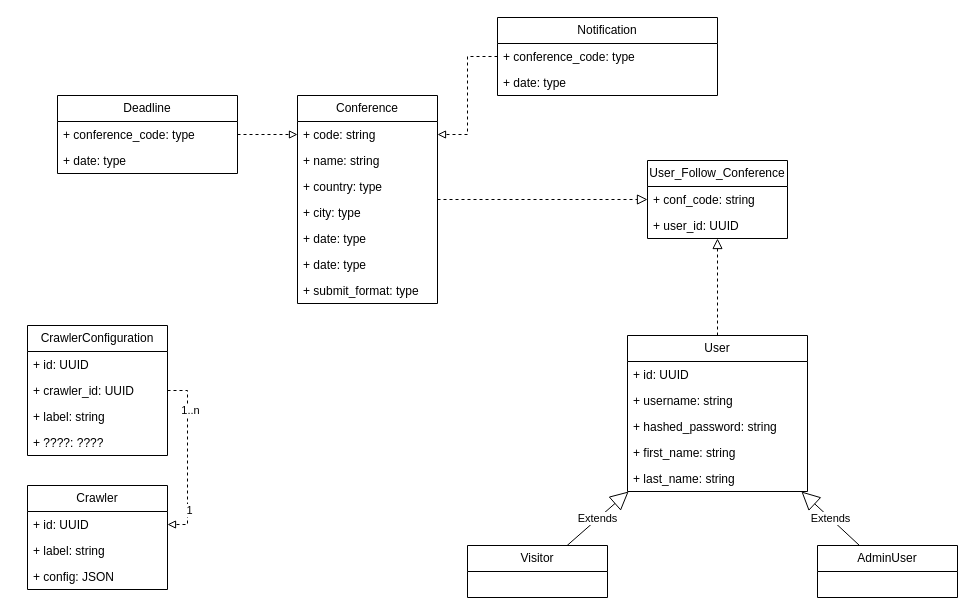
This is page "Class" (2 of 3) of Diagram/Use Case.drawio from Technologie-Logicielle/spiderbot, a draw.io file, before an edit. Source tidied: cells renumbered, new cells numbered last; positions are measured from the earlier drawing's top-left corner, leaving out a move shared by most shapes. Both pictures are drawn from the tidied source at 100%, with x=0, y=0 at pixel (27, 17).
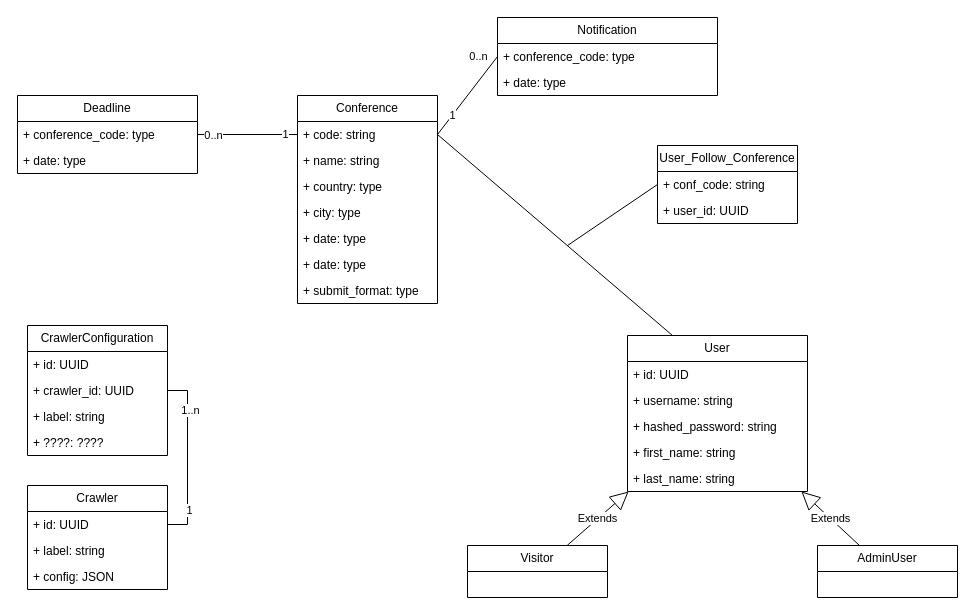
Above is the later version.

Unchanged cells that the change refers to:
```xml
<mxCell id="2" value="Conference" style="swimlane;fontStyle=0;horizontal=1;startSize=26;fillColor=none;whiteSpace=wrap;html=1;" parent="1" vertex="1">
  <mxGeometry x="270" y="78" width="140" height="208" as="geometry" />
</mxCell>
<mxCell id="3" value="+ code: string" style="text;strokeColor=none;fillColor=none;align=left;verticalAlign=top;spacingLeft=4;spacingRight=4;overflow=hidden;points=[[0,0.5],[1,0.5]];portConstraint=eastwest;whiteSpace=wrap;html=1;" parent="2" vertex="1">
  <mxGeometry y="26" width="140" height="26" as="geometry" />
</mxCell>
<mxCell id="11" value="+ id: UUID" style="text;strokeColor=none;fillColor=none;align=left;verticalAlign=top;spacingLeft=4;spacingRight=4;overflow=hidden;points=[[0,0.5],[1,0.5]];portConstraint=eastwest;whiteSpace=wrap;html=1;" parent="10" vertex="1">
  <mxGeometry y="26" width="140" height="26" as="geometry" />
</mxCell>
<mxCell id="16" value="+ crawler_id: UUID" style="text;strokeColor=none;fillColor=none;align=left;verticalAlign=top;spacingLeft=4;spacingRight=4;overflow=hidden;points=[[0,0.5],[1,0.5]];portConstraint=eastwest;whiteSpace=wrap;html=1;" parent="14" vertex="1">
  <mxGeometry y="52" width="140" height="26" as="geometry" />
</mxCell>
<mxCell id="19" value="User" style="swimlane;fontStyle=0;horizontal=1;startSize=26;fillColor=none;whiteSpace=wrap;html=1;" parent="1" vertex="1">
  <mxGeometry x="600" y="318" width="180" height="156" as="geometry" />
</mxCell>
<mxCell id="26" value="+ conf_code: string" style="text;strokeColor=none;fillColor=none;align=left;verticalAlign=top;spacingLeft=4;spacingRight=4;overflow=hidden;points=[[0,0.5],[1,0.5]];portConstraint=eastwest;whiteSpace=wrap;html=1;" parent="25" vertex="1">
  <mxGeometry y="26" width="140" height="26" as="geometry" />
</mxCell>
<mxCell id="35" value="+ conference_code: type" style="text;strokeColor=none;fillColor=none;align=left;verticalAlign=top;spacingLeft=4;spacingRight=4;overflow=hidden;points=[[0,0.5],[1,0.5]];portConstraint=eastwest;whiteSpace=wrap;html=1;" parent="34" vertex="1">
  <mxGeometry y="26" width="180" height="26" as="geometry" />
</mxCell>
<mxCell id="39" value="+ conference_code: type" style="text;strokeColor=none;fillColor=none;align=left;verticalAlign=top;spacingLeft=4;spacingRight=4;overflow=hidden;points=[[0,0.5],[1,0.5]];portConstraint=eastwest;whiteSpace=wrap;html=1;" parent="38" vertex="1">
  <mxGeometry y="26" width="220" height="26" as="geometry" />
</mxCell>
```

The edit, as a diff of the source:
```diff
@@
+    <mxCell id="45" style="rounded=0;jettySize=auto;html=1;exitX=0.25;exitY=0;exitDx=0;exitDy=0;entryX=1;entryY=0.5;entryDx=0;entryDy=0;endArrow=none;endFill=0;" parent="1" edge="1" source="19" target="3">
+      <mxGeometry relative="1" as="geometry" />
+    </mxCell>
@@
     <mxCell id="25" value="User_Follow_Conference" style="swimlane;fontStyle=0;horizontal=1;startSize=26;fillColor=none;whiteSpace=wrap;html=1;" parent="1" vertex="1">
-      <mxGeometry x="620" y="143" width="140" height="78" as="geometry" />
+      <mxGeometry x="630" y="128" width="140" height="78" as="geometry" />
     </mxCell>
+    <mxCell id="46" style="rounded=0;jettySize=auto;html=1;exitX=0;exitY=0.5;exitDx=0;exitDy=0;endArrow=none;endFill=0;" parent="25" edge="1" source="26">
+      <mxGeometry relative="1" as="geometry">
+        <mxPoint x="-90" y="100" as="targetPoint" />
+      </mxGeometry>
+    </mxCell>
@@
-    <mxCell id="32" style="endArrow=block;startArrow=none;endFill=0;startFill=0;endSize=8;html=1;verticalAlign=bottom;dashed=1;labelBackgroundColor=none;rounded=0;" parent="1" edge="1" source="19" target="25">
-      <mxGeometry relative="1" as="geometry" />
-    </mxCell>
-    <mxCell id="33" style="endArrow=block;startArrow=none;endFill=0;startFill=0;endSize=8;html=1;verticalAlign=bottom;dashed=1;labelBackgroundColor=none;rounded=0;" parent="1" edge="1" source="2" target="25">
-      <mxGeometry relative="1" as="geometry" />
-    </mxCell>
     <mxCell id="34" value="Deadline" style="swimlane;fontStyle=0;horizontal=1;startSize=26;fillColor=none;whiteSpace=wrap;html=1;" parent="1" vertex="1">
-      <mxGeometry x="30" y="78" width="180" height="78" as="geometry" />
+      <mxGeometry x="-10" y="78" width="180" height="78" as="geometry" />
     </mxCell>
@@
-    <mxCell id="37" style="edgeStyle=orthogonalEdgeStyle;rounded=0;jettySize=auto;html=1;exitX=1;exitY=0.5;exitDx=0;exitDy=0;entryX=0;entryY=0.5;entryDx=0;entryDy=0;dashed=1;endArrow=block;endFill=0;" parent="1" edge="1" source="35" target="3">
+    <mxCell id="37" style="edgeStyle=orthogonalEdgeStyle;rounded=0;jettySize=auto;html=1;exitX=1;exitY=0.5;exitDx=0;exitDy=0;entryX=0;entryY=0.5;entryDx=0;entryDy=0;endArrow=none;endFill=0;" parent="1" edge="1" source="35" target="3">
       <mxGeometry relative="1" as="geometry" />
     </mxCell>
+    <mxCell id="47" value="1" style="edgeLabel;html=1;align=center;verticalAlign=middle;" parent="37" vertex="1">
+      <mxGeometry x="0.74" y="1" relative="1" as="geometry" />
+    </mxCell>
+    <mxCell id="48" value="0..n" style="edgeLabel;html=1;align=center;verticalAlign=middle;" parent="37" vertex="1">
+      <mxGeometry x="-0.7" relative="1" as="geometry" />
+    </mxCell>
@@
-    <mxCell id="41" style="edgeStyle=orthogonalEdgeStyle;rounded=0;jettySize=auto;html=1;exitX=0;exitY=0.5;exitDx=0;exitDy=0;entryX=1;entryY=0.5;entryDx=0;entryDy=0;endArrow=block;endFill=0;dashed=1;" parent="1" edge="1" source="39" target="3">
+    <mxCell id="41" style="rounded=0;jettySize=auto;html=1;exitX=0;exitY=0.5;exitDx=0;exitDy=0;entryX=1;entryY=0.5;entryDx=0;entryDy=0;endArrow=none;endFill=0;" parent="1" edge="1" source="39" target="3">
       <mxGeometry relative="1" as="geometry" />
     </mxCell>
+    <mxCell id="49" value="0..n" style="edgeLabel;html=1;align=center;verticalAlign=middle;" parent="41" vertex="1">
+      <mxGeometry x="-0.18" y="2" relative="1" as="geometry">
+        <mxPoint x="3" y="-33" as="offset" />
+      </mxGeometry>
+    </mxCell>
+    <mxCell id="50" value="1" style="edgeLabel;html=1;align=center;verticalAlign=middle;" parent="41" vertex="1">
+      <mxGeometry x="0.51" relative="1" as="geometry" />
+    </mxCell>
-    <mxCell id="42" style="edgeStyle=orthogonalEdgeStyle;rounded=0;jettySize=auto;html=1;exitX=1;exitY=0.5;exitDx=0;exitDy=0;entryX=1;entryY=0.5;entryDx=0;entryDy=0;dashed=1;endArrow=block;endFill=0;" parent="1" edge="1" source="16" target="11">
+    <mxCell id="42" style="edgeStyle=orthogonalEdgeStyle;rounded=0;jettySize=auto;html=1;exitX=1;exitY=0.5;exitDx=0;exitDy=0;entryX=1;entryY=0.5;entryDx=0;entryDy=0;endArrow=none;endFill=0;" parent="1" edge="1" source="16" target="11">
       <mxGeometry relative="1" as="geometry" />
     </mxCell>
```
